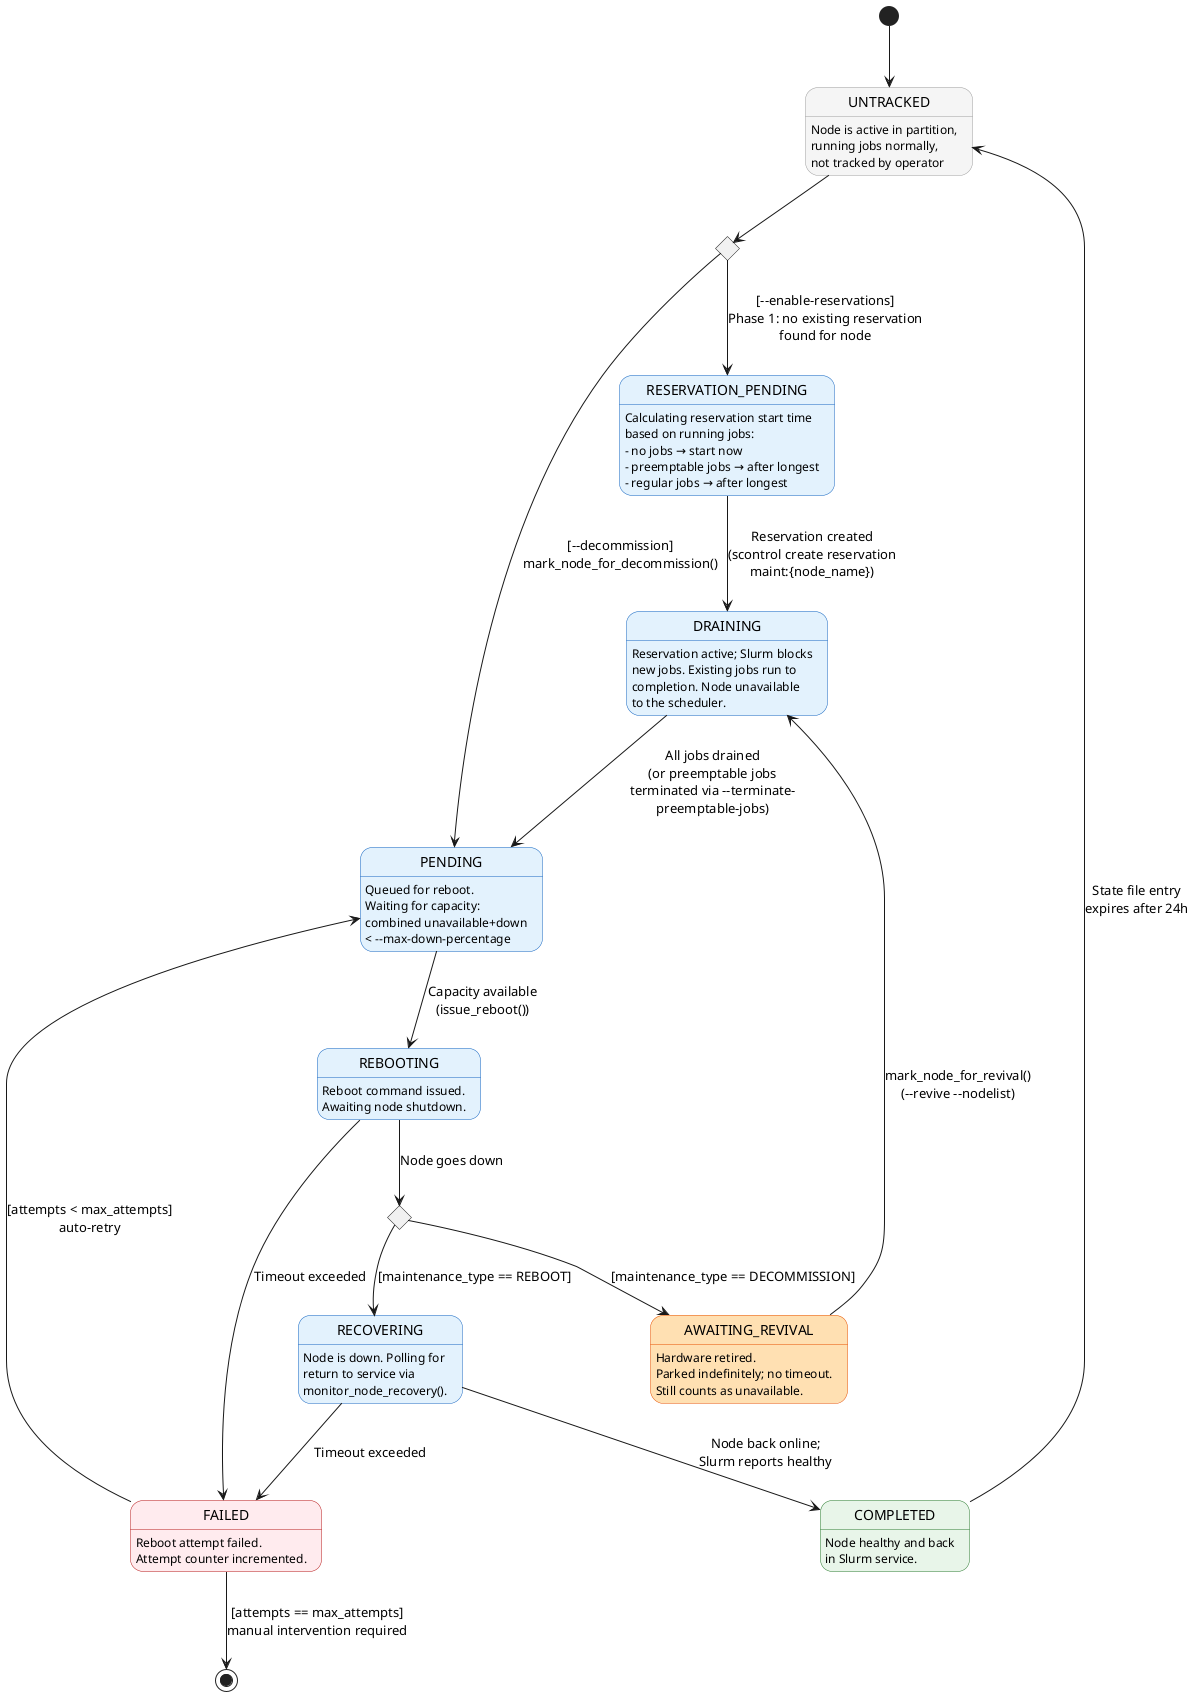
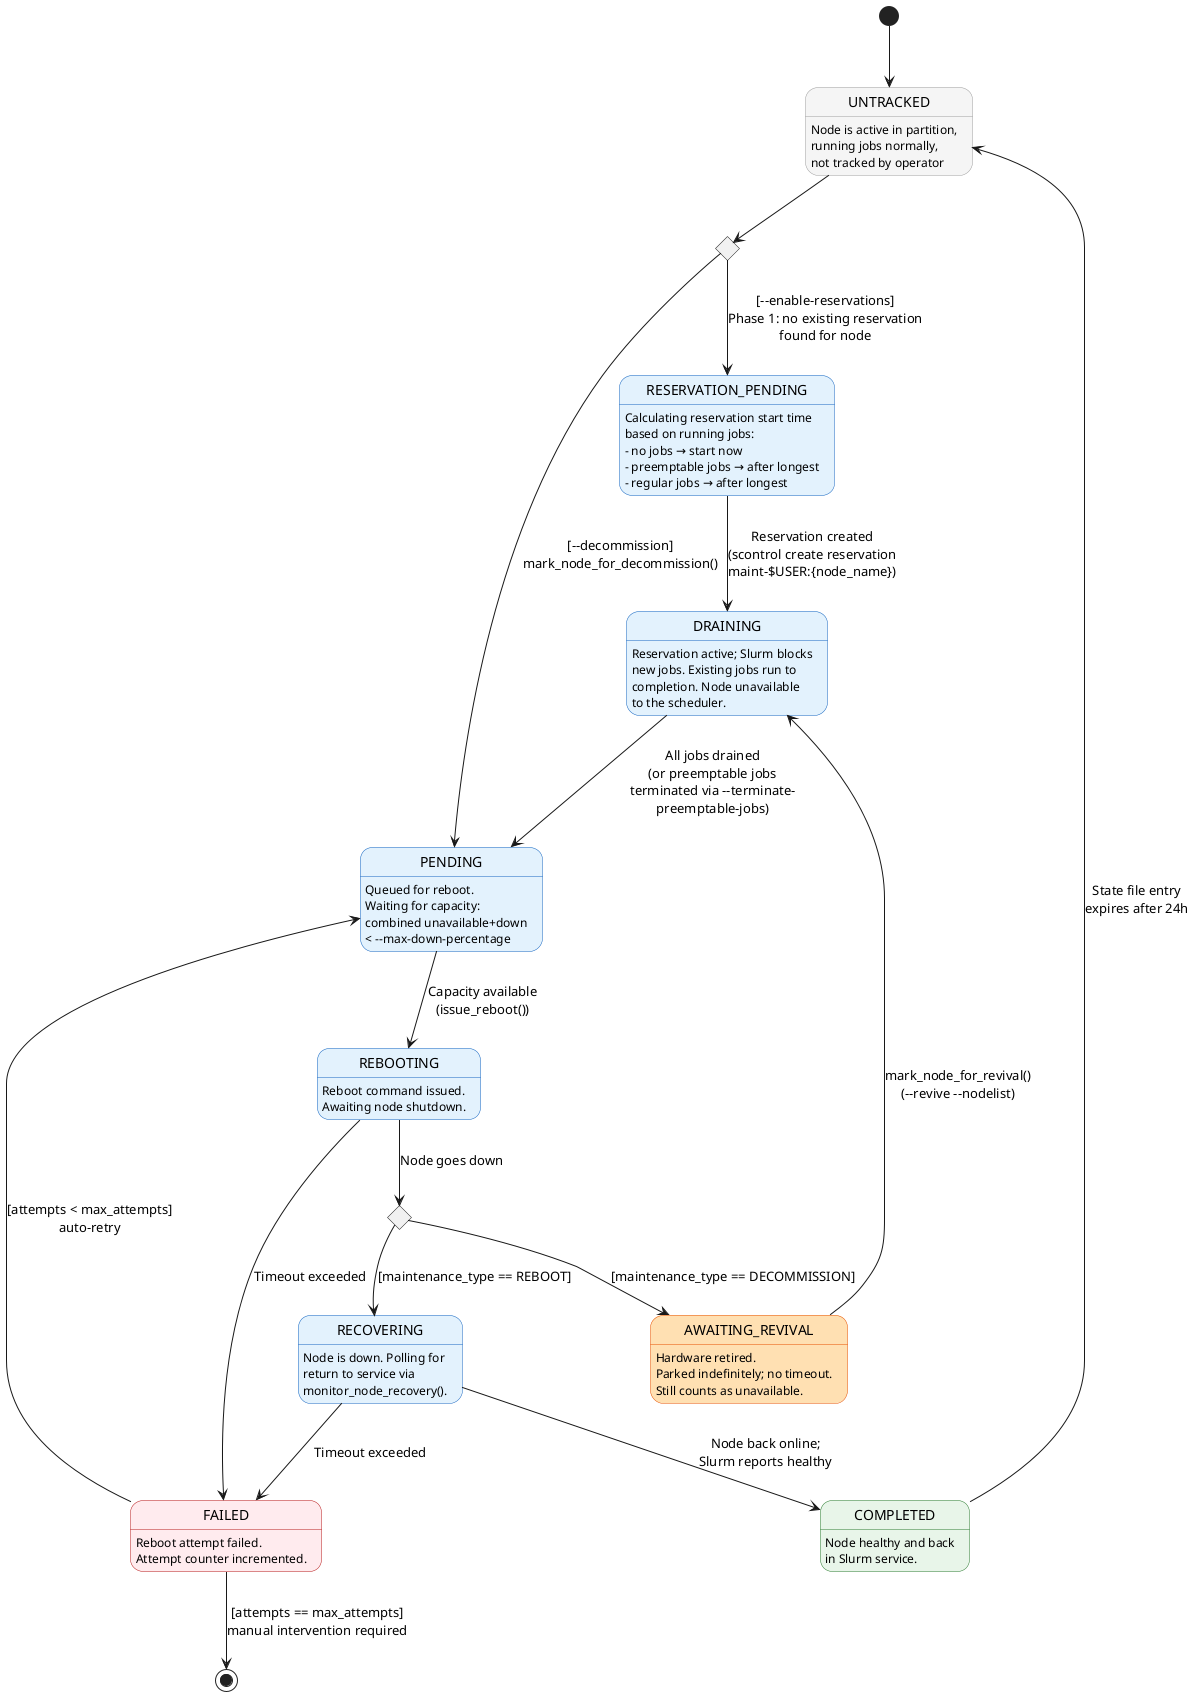
@startuml
skinparam state {
  ' States for normal, in-progress workflow
  BackgroundColor<<inprogress>> #E3F2FD
  BorderColor<<inprogress>> #1565C0

  ' State for successful completion
  BackgroundColor<<success>> #E8F5E9
  BorderColor<<success>> #2E7D32

  ' State for failed operations
  BackgroundColor<<failure>> #FFEBEE
  BorderColor<<failure>> #B71C1C

  ' Original user-defined states
  BackgroundColor<<decommission>> #FFE0B2
  BorderColor<<decommission>> #E65100
  BackgroundColor<<choice>> #F3E5F5
  BorderColor<<choice>> #6A1B9A
  BackgroundColor<<external>> #F5F5F5
  BorderColor<<external>> #9E9E9E
}

[*] --> UNTRACKED

state UNTRACKED<<external>> : Node is active in partition,\nrunning jobs normally,\nnot tracked by operator

state entry_branch<<choice>>
UNTRACKED --> entry_branch

entry_branch --> RESERVATION_PENDING  : [--enable-reservations]\nPhase 1: no existing reservation\nfound for node
entry_branch --> PENDING              : [--decommission]\nmark_node_for_decommission()

state RESERVATION_PENDING<<inprogress>> : Calculating reservation start time\nbased on running jobs:\n- no jobs → start now\n- preemptable jobs → after longest\n- regular jobs → after longest

- RESERVATION_PENDING --> DRAINING      : Reservation created\n(scontrol create reservation\nmaint:{node_name})
+ RESERVATION_PENDING --> DRAINING      : Reservation created\n(scontrol create reservation\nmaint-$USER:{node_name})

state DRAINING<<inprogress>> : Reservation active; Slurm blocks\nnew jobs. Existing jobs run to\ncompletion. Node unavailable\nto the scheduler.

DRAINING --> PENDING                  : All jobs drained\n(or preemptable jobs\nterminated via --terminate-\npreemptable-jobs)

state PENDING<<inprogress>> : Queued for reboot.\nWaiting for capacity:\ncombined unavailable+down\n< --max-down-percentage

PENDING --> REBOOTING                 : Capacity available\n(issue_reboot())

state REBOOTING<<inprogress>> : Reboot command issued.\nAwaiting node shutdown.

state fork<<choice>>
REBOOTING --> fork                    : Node goes down

fork --> RECOVERING                   : [maintenance_type == REBOOT]
fork --> AWAITING_REVIVAL             : [maintenance_type == DECOMMISSION]

state RECOVERING<<inprogress>> : Node is down. Polling for\nreturn to service via\nmonitor_node_recovery().

state AWAITING_REVIVAL<<decommission>> : Hardware retired.\nParked indefinitely; no timeout.\nStill counts as unavailable.

RECOVERING --> COMPLETED              : Node back online;\nSlurm reports healthy
RECOVERING --> FAILED                 : Timeout exceeded

REBOOTING --> FAILED                  : Timeout exceeded

AWAITING_REVIVAL --> DRAINING         : mark_node_for_revival()\n(<U+002D><U+002D>revive <U+002D><U+002D>nodelist)

state FAILED<<failure>> : Reboot attempt failed.\nAttempt counter incremented.

FAILED --> PENDING                    : [attempts < max_attempts]\nauto-retry
FAILED --> [*]                        : [attempts == max_attempts]\nmanual intervention required

state COMPLETED<<success>> : Node healthy and back\nin Slurm service.
COMPLETED --> UNTRACKED               : State file entry\nexpires after 24h

@enduml
